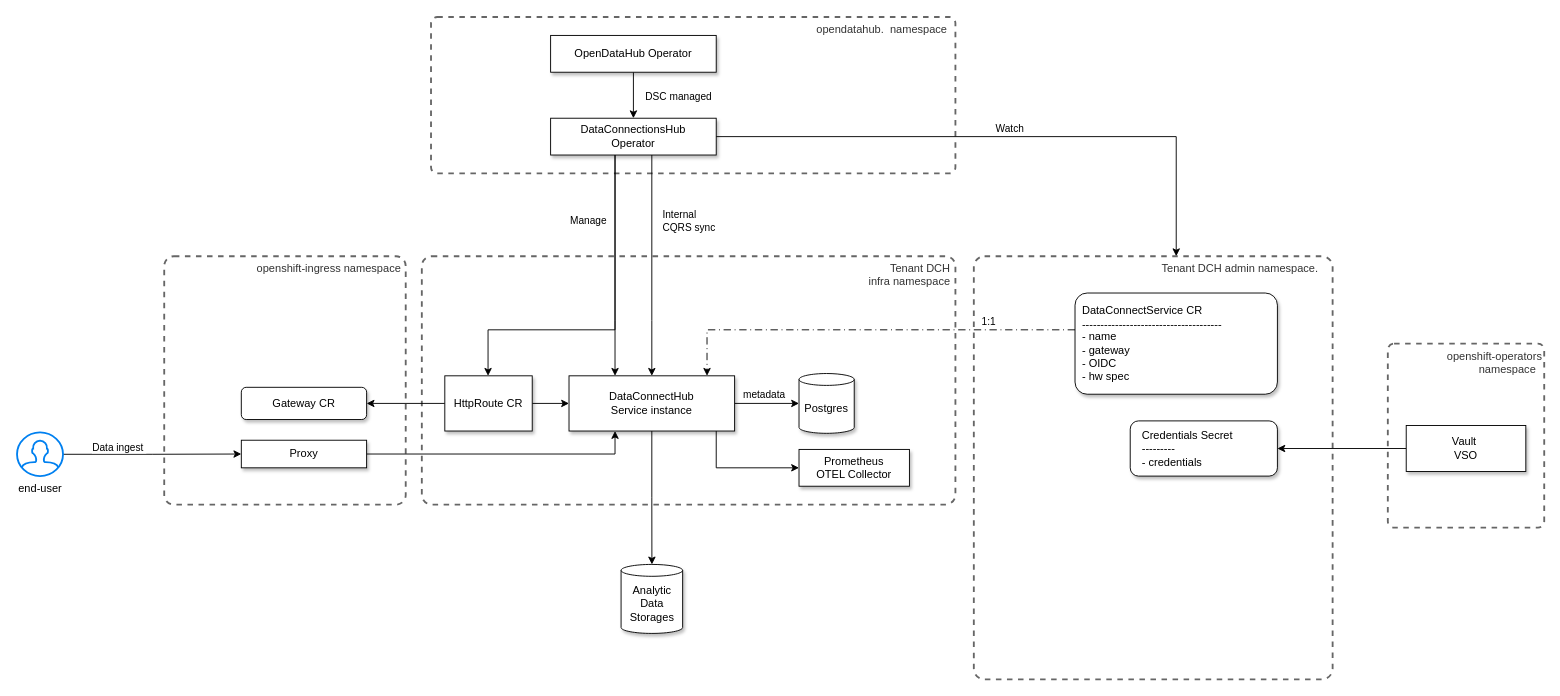
opendatahub-io/architecture-decision-records keeps this draw.io diagram as page "Cluster" (1 of 5) of architecture-decision-records/data-connect-hub/diagrams/Connections.drawio. Above is the earlier version. Source tidied: cells renumbered, new cells numbered last; positions are measured from the earlier drawing's top-left corner, leaving out a move shared by most shapes. Both pictures are drawn from the tidied source at 92%, with x=0, y=0 at pixel (17, 17).
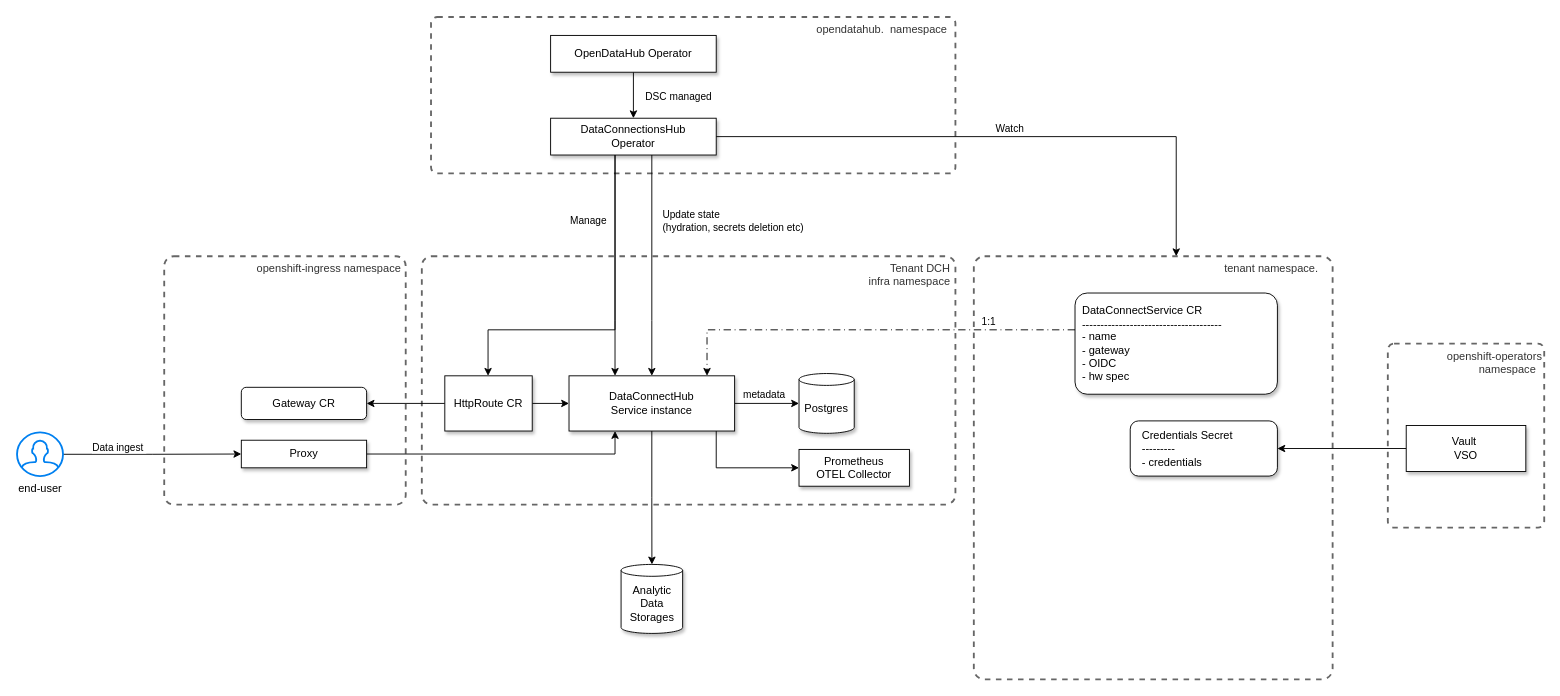
The same diagram, later.

Unchanged cells that the change refers to:
```xml
<mxCell id="31" style="edgeStyle=orthogonalEdgeStyle;rounded=0;jettySize=auto;html=1;" parent="1" edge="1" source="8" target="13">
  <mxGeometry relative="1" as="geometry">
    <Array as="points">
      <mxPoint x="690" y="330" />
      <mxPoint x="690" y="330" />
    </Array>
  </mxGeometry>
</mxCell>
```

What changed in the source:
```diff
@@
-    <mxCell id="3" value="Tenant DCH admin namespace.&amp;nbsp; &amp;nbsp;&amp;nbsp;" style="rounded=1;whiteSpace=wrap;html=1;verticalAlign=top;align=right;dashed=1;arcSize=3;fillColor=none;fontColor=#333333;strokeColor=#666666;strokeWidth=2;" parent="1" vertex="1">
+    <mxCell id="3" value="&amp;nbsp;tenant namespace.&amp;nbsp; &amp;nbsp;&amp;nbsp;" style="rounded=1;whiteSpace=wrap;html=1;verticalAlign=top;align=right;dashed=1;arcSize=3;fillColor=none;fontColor=#333333;strokeColor=#666666;strokeWidth=2;" parent="1" vertex="1">
       <mxGeometry x="1040" y="260" width="390" height="460" as="geometry" />
     </mxCell>
@@
-    <mxCell id="32" value="Internal&amp;nbsp;&lt;div&gt;CQRS sync&lt;/div&gt;" style="edgeLabel;html=1;align=left;verticalAlign=middle;" parent="31" vertex="1">
+    <mxCell id="32" value="Update state&amp;nbsp;&lt;div&gt;(hydration, secrets deletion etc)&lt;/div&gt;" style="edgeLabel;html=1;align=left;verticalAlign=middle;" parent="31" vertex="1">
       <mxGeometry x="-0.26" y="2" relative="1" as="geometry">
         <mxPoint x="8" y="-18" as="offset" />
       </mxGeometry>
     </mxCell>
```
